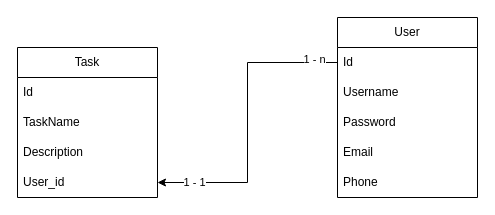
Earlier version of the draw.io diagram diagram.drawio (kyBa-Le/TodoList). Source tidied: cells renumbered, new cells numbered last; positions are measured from the earlier drawing's top-left corner, leaving out a move shared by most shapes. Both pictures are drawn from the tidied source at 100%, with x=0, y=0 at pixel (17, 17).
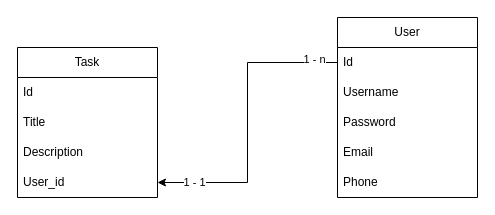
Above is the later version.

Diff of the diagram source:
```diff
@@
 <mxGraphModel>
   <root>
     <mxCell id="0" />
     <mxCell id="1" parent="0" />
     <mxCell id="2" value="User" style="swimlane;fontStyle=0;horizontal=1;startSize=30;whiteSpace=wrap;html=1;" parent="1" vertex="1">
       <mxGeometry x="320" width="140" height="180" as="geometry" />
     </mxCell>
     <mxCell id="3" value="Id" style="text;strokeColor=none;fillColor=none;align=left;verticalAlign=middle;spacingLeft=4;spacingRight=4;overflow=hidden;points=[[0,0.5],[1,0.5]];portConstraint=eastwest;whiteSpace=wrap;html=1;" parent="2" vertex="1">
       <mxGeometry y="30" width="140" height="30" as="geometry" />
     </mxCell>
     <mxCell id="4" value="Username" style="text;strokeColor=none;fillColor=none;align=left;verticalAlign=middle;spacingLeft=4;spacingRight=4;overflow=hidden;whiteSpace=wrap;html=1;" parent="2" vertex="1">
       <mxGeometry y="60" width="140" height="30" as="geometry" />
     </mxCell>
     <mxCell id="5" value="Password" style="text;strokeColor=none;fillColor=none;align=left;verticalAlign=middle;spacingLeft=4;spacingRight=4;overflow=hidden;whiteSpace=wrap;html=1;" parent="2" vertex="1">
       <mxGeometry y="90" width="140" height="30" as="geometry" />
     </mxCell>
     <mxCell id="6" value="Email" style="text;strokeColor=none;fillColor=none;align=left;verticalAlign=middle;spacingLeft=4;spacingRight=4;overflow=hidden;whiteSpace=wrap;html=1;" parent="2" vertex="1">
       <mxGeometry y="120" width="140" height="30" as="geometry" />
     </mxCell>
     <mxCell id="7" value="Phone" style="text;strokeColor=none;fillColor=none;align=left;verticalAlign=middle;spacingLeft=4;spacingRight=4;overflow=hidden;whiteSpace=wrap;html=1;" parent="2" vertex="1">
       <mxGeometry y="150" width="140" height="30" as="geometry" />
     </mxCell>
     <mxCell id="8" value="Task" style="swimlane;fontStyle=0;horizontal=1;startSize=30;whiteSpace=wrap;html=1;" parent="1" vertex="1">
       <mxGeometry y="30" width="140" height="150" as="geometry" />
     </mxCell>
     <mxCell id="9" value="Id" style="text;strokeColor=none;fillColor=none;align=left;verticalAlign=middle;spacingLeft=4;spacingRight=4;overflow=hidden;whiteSpace=wrap;html=1;" parent="8" vertex="1">
       <mxGeometry y="30" width="140" height="30" as="geometry" />
     </mxCell>
-    <mxCell id="10" value="TaskName" style="text;strokeColor=none;fillColor=none;align=left;verticalAlign=middle;spacingLeft=4;spacingRight=4;overflow=hidden;whiteSpace=wrap;html=1;" parent="8" vertex="1">
+    <mxCell id="10" value="Title" style="text;strokeColor=none;fillColor=none;align=left;verticalAlign=middle;spacingLeft=4;spacingRight=4;overflow=hidden;whiteSpace=wrap;html=1;" parent="8" vertex="1">
       <mxGeometry y="60" width="140" height="30" as="geometry" />
     </mxCell>
     <mxCell id="11" value="Description" style="text;strokeColor=none;fillColor=none;align=left;verticalAlign=middle;spacingLeft=4;spacingRight=4;overflow=hidden;whiteSpace=wrap;html=1;" parent="8" vertex="1">
       <mxGeometry y="90" width="140" height="30" as="geometry" />
     </mxCell>
     <mxCell id="12" value="User_id" style="text;strokeColor=none;fillColor=none;align=left;verticalAlign=middle;spacingLeft=4;spacingRight=4;overflow=hidden;points=[[0,0.5],[1,0.5]];portConstraint=eastwest;whiteSpace=wrap;html=1;" parent="8" vertex="1">
       <mxGeometry y="120" width="140" height="30" as="geometry" />
     </mxCell>
     <mxCell id="13" style="edgeStyle=orthogonalEdgeStyle;rounded=0;jettySize=auto;html=1;exitX=0;exitY=0.5;exitDx=0;exitDy=0;" parent="1" edge="1" source="3" target="12">
       <mxGeometry relative="1" as="geometry" />
     </mxCell>
     <mxCell id="14" value="1 - n" style="edgeLabel;html=1;align=center;verticalAlign=middle;" parent="13" vertex="1">
       <mxGeometry x="-0.84" y="-4" relative="1" as="geometry" />
     </mxCell>
     <mxCell id="15" value="1 - 1" style="edgeLabel;html=1;align=center;verticalAlign=middle;" parent="13" vertex="1">
       <mxGeometry x="0.76" y="-1" relative="1" as="geometry" />
     </mxCell>
   </root>
 </mxGraphModel>
```
